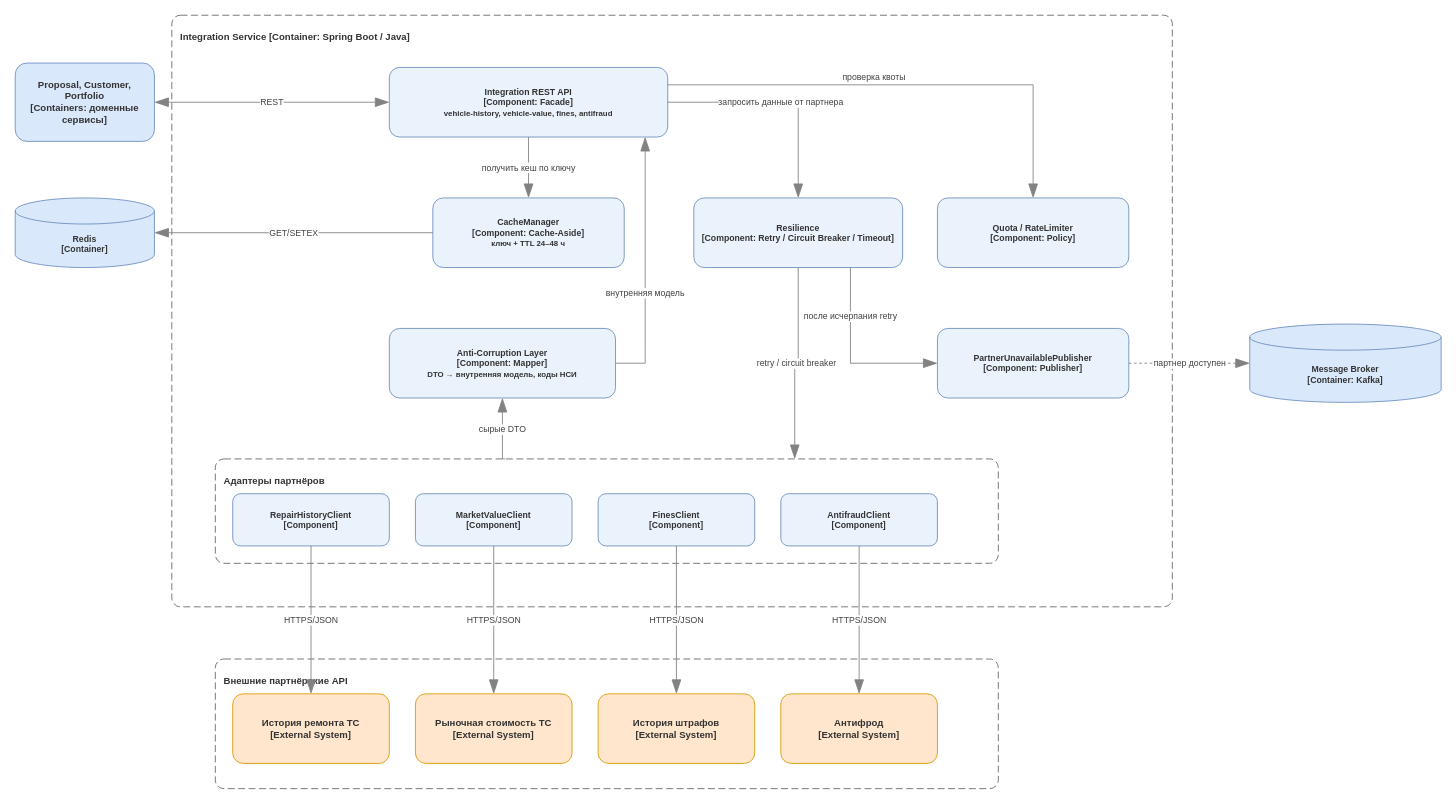
Above: задание_1_C4_уровень_3_компоненты_integration.drawio in MikhailNv/sa-seminar (draw.io), before the change. Source tidied: cells renumbered, new cells numbered last; positions are measured from the earlier drawing's top-left corner, leaving out a move shared by most shapes. Both pictures are drawn from the tidied source at 87%, with x=0, y=0 at pixel (15, 15).
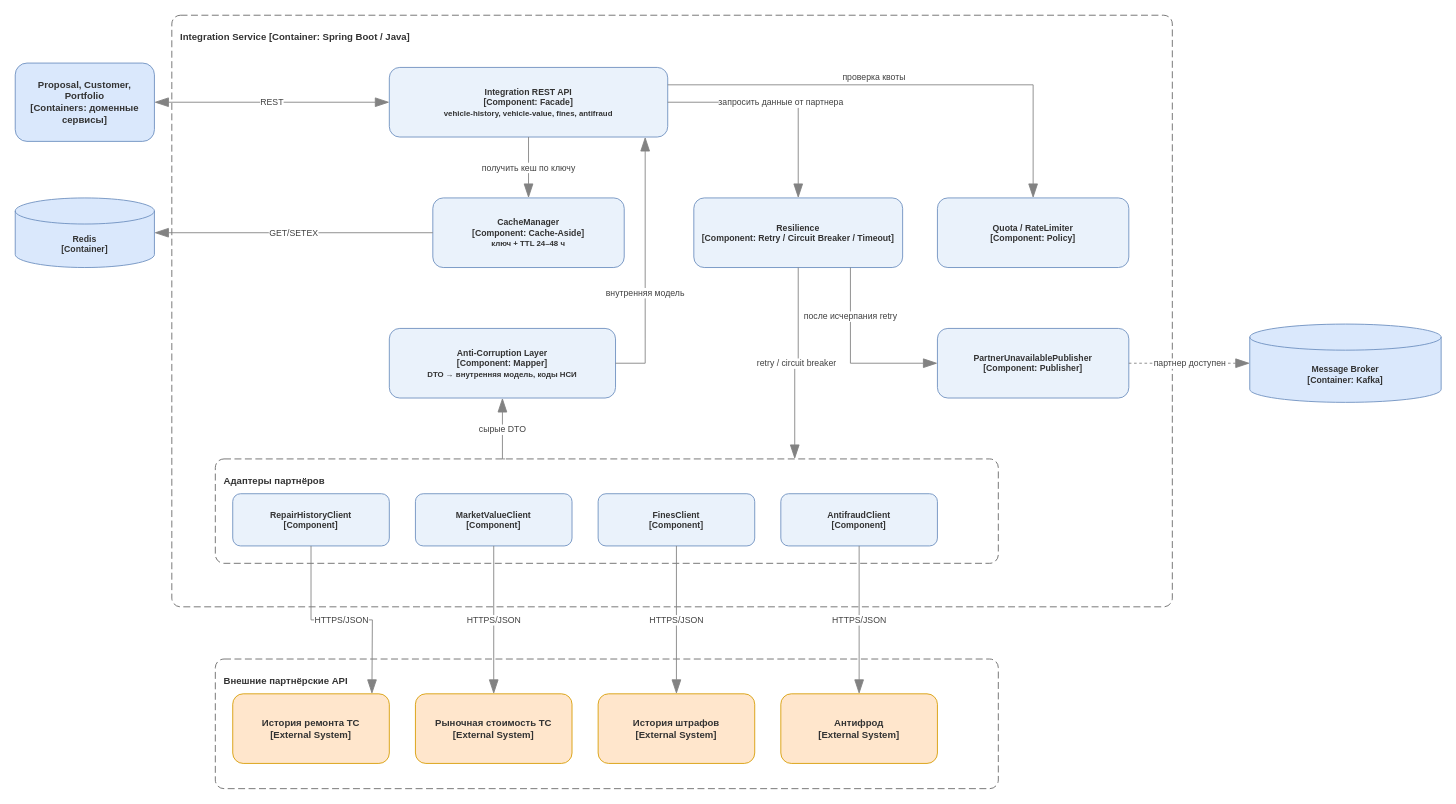
The same diagram, later.

Commit message:
задание_1_C4_уровень_3_компоненты_integration upd оформления

Unchanged cells that the change refers to:
```xml
<mxCell id="12" value="RepairHistoryClient&lt;br&gt;[Component]" style="rounded=1;whiteSpace=wrap;html=1;fillColor=#eaf2fb;strokeColor=#6c8ebf;fontColor=#333333;fontSize=10;fontStyle=1;verticalAlign=middle;align=center;spacing=4;" parent="1" vertex="1">
  <mxGeometry x="250" y="550" width="180" height="60" as="geometry" />
</mxCell>
<mxCell id="18" value="История ремонта ТС&lt;br&gt;[External System]" style="rounded=1;whiteSpace=wrap;html=1;fillColor=#ffe6cc;strokeColor=#d79b00;fontColor=#333333;fontSize=11;fontStyle=1;verticalAlign=middle;align=center;spacing=4;" parent="1" vertex="1">
  <mxGeometry x="250" y="780" width="180" height="80" as="geometry" />
</mxCell>
```

Diff of the diagram source:
```diff
@@
-    <mxCell id="32" value="HTTPS/JSON" style="endArrow=blockThin;html=1;fontSize=10;fontColor=#404040;strokeWidth=1;endFill=1;strokeColor=#828282;elbow=vertical;endSize=14;startSize=14;jumpStyle=arc;jumpSize=16;rounded=0;edgeStyle=orthogonalEdgeStyle;labelBackgroundColor=#FFFFFF;exitX=0.5;exitY=1;entryX=0.5;entryY=0;" parent="1" edge="1" source="12" target="18">
-      <mxGeometry relative="1" as="geometry" />
+    <mxCell id="32" value="HTTPS/JSON" style="endArrow=blockThin;html=1;fontSize=10;fontColor=#404040;strokeWidth=1;endFill=1;strokeColor=#828282;elbow=vertical;endSize=14;startSize=14;jumpStyle=arc;jumpSize=16;rounded=0;edgeStyle=orthogonalEdgeStyle;labelBackgroundColor=#FFFFFF;exitX=0.5;exitY=1;" parent="1" edge="1" source="12">
+      <mxGeometry relative="1" as="geometry">
+        <mxPoint x="410" y="780" as="targetPoint" />
+      </mxGeometry>
     </mxCell>
```
